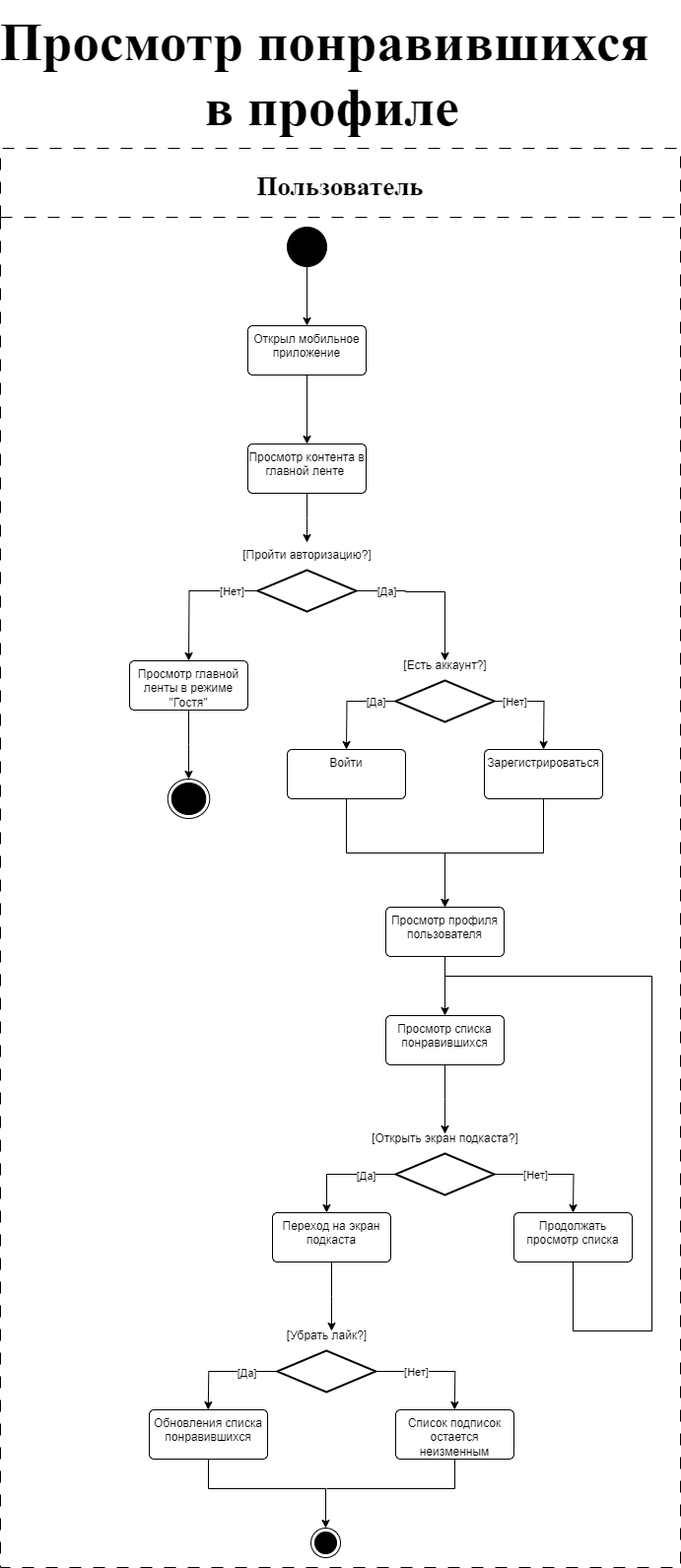
This is diagrams/activity-likes.png from SazonovAlexander/9.1-TikTalk, a draw.io export, as it was before one commit. Source tidied: cells renumbered, new cells last; positions are measured from the earlier drawing's top-left corner, leaving out a move shared by most shapes. Its diagram source:
```xml
<mxGraphModel>
  <root>
    <mxCell id="0" />
    <mxCell id="1" parent="0" />
    <mxCell id="2" style="edgeStyle=orthogonalEdgeStyle;rounded=0;jettySize=auto;html=1;entryX=0.5;entryY=0;entryDx=0;entryDy=0;" parent="1" edge="1" source="3" target="7">
      <mxGeometry relative="1" as="geometry" />
    </mxCell>
    <mxCell id="3" style="ellipse;fillColor=strokeColor;html=1;" parent="1" vertex="1">
      <mxGeometry x="291" y="230" width="40" height="40" as="geometry" />
    </mxCell>
    <mxCell id="4" style="edgeStyle=orthogonalEdgeStyle;rounded=0;jettySize=auto;html=1;" parent="1" edge="1" source="5">
      <mxGeometry relative="1" as="geometry">
        <mxPoint x="311" y="550" as="targetPoint" />
      </mxGeometry>
    </mxCell>
    <mxCell id="5" value="Просмотр контента в главной ленте&amp;nbsp;&lt;div&gt;&lt;br/&gt;&lt;/div&gt;" style="whiteSpace=wrap;html=1;verticalAlign=top;rounded=1;arcSize=10;dashed=0;" parent="1" vertex="1">
      <mxGeometry x="251" y="450" width="120" height="50" as="geometry" />
    </mxCell>
    <mxCell id="6" style="edgeStyle=orthogonalEdgeStyle;rounded=0;jettySize=auto;html=1;entryX=0.5;entryY=0;entryDx=0;entryDy=0;" parent="1" edge="1" source="7" target="5">
      <mxGeometry relative="1" as="geometry" />
    </mxCell>
    <mxCell id="7" value="Открыл мобильное приложение" style="whiteSpace=wrap;html=1;verticalAlign=top;rounded=1;arcSize=10;dashed=0;" parent="1" vertex="1">
      <mxGeometry x="251" y="330" width="120" height="50" as="geometry" />
    </mxCell>
    <mxCell id="8" value="[Пройти авторизацию?]" style="text;html=1;align=center;verticalAlign=middle;strokeColor=none;fillColor=none;" parent="1" vertex="1">
      <mxGeometry x="236" y="548" width="150" height="30" as="geometry" />
    </mxCell>
    <mxCell id="9" style="edgeStyle=orthogonalEdgeStyle;rounded=0;jettySize=auto;html=1;" parent="1" edge="1" source="13">
      <mxGeometry relative="1" as="geometry">
        <mxPoint x="451" y="670" as="targetPoint" />
        <Array as="points">
          <mxPoint x="411" y="599" />
          <mxPoint x="411" y="600" />
          <mxPoint x="451" y="600" />
        </Array>
      </mxGeometry>
    </mxCell>
    <mxCell id="10" value="[Да]" style="edgeLabel;html=1;align=center;verticalAlign=middle;" parent="9" vertex="1">
      <mxGeometry x="-0.26" relative="1" as="geometry">
        <mxPoint x="-29" y="-1" as="offset" />
      </mxGeometry>
    </mxCell>
    <mxCell id="11" style="edgeStyle=orthogonalEdgeStyle;rounded=0;jettySize=auto;html=1;" parent="1" edge="1" source="13">
      <mxGeometry relative="1" as="geometry">
        <mxPoint x="191" y="670" as="targetPoint" />
      </mxGeometry>
    </mxCell>
    <mxCell id="12" value="[Нет]" style="edgeLabel;html=1;align=center;verticalAlign=middle;" parent="11" vertex="1">
      <mxGeometry x="-0.61" relative="1" as="geometry" />
    </mxCell>
    <mxCell id="13" style="strokeWidth=2;html=1;shape=mxgraph.flowchart.decision;whiteSpace=wrap;" parent="1" vertex="1">
      <mxGeometry x="261" y="578" width="100" height="42" as="geometry" />
    </mxCell>
    <mxCell id="14" style="edgeStyle=orthogonalEdgeStyle;rounded=0;jettySize=auto;html=1;" parent="1" edge="1" source="15" target="26">
      <mxGeometry relative="1" as="geometry" />
    </mxCell>
    <mxCell id="15" value="Просмотр главной ленты в режиме &quot;Гостя&quot;" style="whiteSpace=wrap;html=1;verticalAlign=top;rounded=1;arcSize=10;dashed=0;" parent="1" vertex="1">
      <mxGeometry x="131" y="670" width="120" height="50" as="geometry" />
    </mxCell>
    <mxCell id="16" style="edgeStyle=orthogonalEdgeStyle;rounded=0;jettySize=auto;html=1;" parent="1" edge="1" source="20">
      <mxGeometry relative="1" as="geometry">
        <mxPoint x="351" y="760" as="targetPoint" />
      </mxGeometry>
    </mxCell>
    <mxCell id="17" value="[Да]" style="edgeLabel;html=1;align=center;verticalAlign=middle;" parent="16" vertex="1">
      <mxGeometry x="-0.58" relative="1" as="geometry" />
    </mxCell>
    <mxCell id="18" style="edgeStyle=orthogonalEdgeStyle;rounded=0;jettySize=auto;html=1;" parent="1" edge="1" source="20">
      <mxGeometry relative="1" as="geometry">
        <mxPoint x="551" y="760" as="targetPoint" />
      </mxGeometry>
    </mxCell>
    <mxCell id="19" value="[Нет]" style="edgeLabel;html=1;align=center;verticalAlign=middle;" parent="18" vertex="1">
      <mxGeometry x="-0.73" y="1" relative="1" as="geometry">
        <mxPoint x="6" y="1" as="offset" />
      </mxGeometry>
    </mxCell>
    <mxCell id="20" style="strokeWidth=2;html=1;shape=mxgraph.flowchart.decision;whiteSpace=wrap;" parent="1" vertex="1">
      <mxGeometry x="401" y="690" width="100" height="42" as="geometry" />
    </mxCell>
    <mxCell id="21" value="[Есть аккаунт?]" style="text;html=1;align=center;verticalAlign=middle;strokeColor=none;fillColor=none;" parent="1" vertex="1">
      <mxGeometry x="396" y="660" width="110" height="30" as="geometry" />
    </mxCell>
    <mxCell id="22" style="edgeStyle=orthogonalEdgeStyle;rounded=0;jettySize=auto;html=1;entryX=0.5;entryY=0;entryDx=0;entryDy=0;" parent="1" edge="1" source="23" target="28">
      <mxGeometry relative="1" as="geometry" />
    </mxCell>
    <mxCell id="23" value="Войти" style="whiteSpace=wrap;html=1;verticalAlign=top;rounded=1;arcSize=10;dashed=0;" parent="1" vertex="1">
      <mxGeometry x="291" y="760" width="120" height="50" as="geometry" />
    </mxCell>
    <mxCell id="24" style="edgeStyle=orthogonalEdgeStyle;rounded=0;jettySize=auto;html=1;entryX=0.5;entryY=0;entryDx=0;entryDy=0;" parent="1" edge="1" source="25" target="28">
      <mxGeometry relative="1" as="geometry" />
    </mxCell>
    <mxCell id="25" value="Зарегистрироваться" style="whiteSpace=wrap;html=1;verticalAlign=top;rounded=1;arcSize=10;dashed=0;" parent="1" vertex="1">
      <mxGeometry x="491" y="760" width="120" height="50" as="geometry" />
    </mxCell>
    <mxCell id="26" style="ellipse;html=1;shape=endState;fillColor=strokeColor;" parent="1" vertex="1">
      <mxGeometry x="169.8" y="790" width="42.5" height="40" as="geometry" />
    </mxCell>
    <mxCell id="27" style="edgeStyle=orthogonalEdgeStyle;rounded=0;jettySize=auto;html=1;entryX=0.5;entryY=0;entryDx=0;entryDy=0;" parent="1" edge="1" source="28" target="30">
      <mxGeometry relative="1" as="geometry" />
    </mxCell>
    <mxCell id="28" value="Просмотр профиля пользователя" style="whiteSpace=wrap;html=1;verticalAlign=top;rounded=1;arcSize=10;dashed=0;" parent="1" vertex="1">
      <mxGeometry x="391" y="920" width="120" height="50" as="geometry" />
    </mxCell>
    <mxCell id="29" style="edgeStyle=orthogonalEdgeStyle;rounded=0;jettySize=auto;html=1;" parent="1" edge="1" source="30">
      <mxGeometry relative="1" as="geometry">
        <mxPoint x="451" y="1150" as="targetPoint" />
      </mxGeometry>
    </mxCell>
    <mxCell id="30" value="Просмотр списка понравившихся" style="whiteSpace=wrap;html=1;verticalAlign=top;rounded=1;arcSize=10;dashed=0;" parent="1" vertex="1">
      <mxGeometry x="391" y="1030" width="120" height="50" as="geometry" />
    </mxCell>
    <mxCell id="31" style="edgeStyle=orthogonalEdgeStyle;rounded=0;jettySize=auto;html=1;entryX=0.458;entryY=0;entryDx=0;entryDy=0;entryPerimeter=0;" parent="1" edge="1" source="33" target="36">
      <mxGeometry relative="1" as="geometry" />
    </mxCell>
    <mxCell id="32" value="[Да]" style="edgeLabel;html=1;align=center;verticalAlign=middle;" parent="31" vertex="1">
      <mxGeometry x="-0.44" y="1" relative="1" as="geometry" />
    </mxCell>
    <mxCell id="33" style="strokeWidth=2;html=1;shape=mxgraph.flowchart.decision;whiteSpace=wrap;" parent="1" vertex="1">
      <mxGeometry x="401" y="1170" width="100" height="42" as="geometry" />
    </mxCell>
    <mxCell id="34" value="[Открыть экран подкаста?]" style="text;html=1;align=center;verticalAlign=middle;strokeColor=none;fillColor=none;" parent="1" vertex="1">
      <mxGeometry x="366" y="1140" width="170" height="30" as="geometry" />
    </mxCell>
    <mxCell id="35" style="edgeStyle=orthogonalEdgeStyle;rounded=0;jettySize=auto;html=1;entryX=0.5;entryY=0;entryDx=0;entryDy=0;" parent="1" edge="1" source="36">
      <mxGeometry relative="1" as="geometry">
        <mxPoint x="336" y="1350" as="targetPoint" />
      </mxGeometry>
    </mxCell>
    <mxCell id="36" value="Переход на экран&lt;br&gt;подкаста" style="whiteSpace=wrap;html=1;verticalAlign=top;rounded=1;arcSize=10;dashed=0;" parent="1" vertex="1">
      <mxGeometry x="276" y="1230" width="120" height="50" as="geometry" />
    </mxCell>
    <mxCell id="37" value="Пользователь" style="swimlane;startSize=70;fontFamily=Times New Roman;fontSize=27;dashed=1;dashPattern=12 12;" parent="1" vertex="1">
      <mxGeometry y="150" width="690" height="1440" as="geometry" />
    </mxCell>
    <mxCell id="38" style="edgeStyle=orthogonalEdgeStyle;rounded=0;jettySize=auto;html=1;endArrow=none;endFill=0;" parent="37" edge="1" source="39">
      <mxGeometry relative="1" as="geometry">
        <mxPoint x="451" y="840" as="targetPoint" />
        <Array as="points">
          <mxPoint x="581" y="1200" />
          <mxPoint x="661" y="1200" />
        </Array>
      </mxGeometry>
    </mxCell>
    <mxCell id="39" value="Продолжать просмотр списка" style="whiteSpace=wrap;html=1;verticalAlign=top;rounded=1;arcSize=10;dashed=0;" parent="37" vertex="1">
      <mxGeometry x="521" y="1080" width="120" height="50" as="geometry" />
    </mxCell>
    <mxCell id="40" style="edgeStyle=orthogonalEdgeStyle;rounded=0;jettySize=auto;html=1;" parent="37" edge="1" source="33">
      <mxGeometry relative="1" as="geometry">
        <mxPoint x="581" y="1080" as="targetPoint" />
      </mxGeometry>
    </mxCell>
    <mxCell id="41" value="[Нет]" style="edgeLabel;html=1;align=center;verticalAlign=middle;" parent="40" vertex="1">
      <mxGeometry x="-0.05" relative="1" as="geometry">
        <mxPoint x="-16" as="offset" />
      </mxGeometry>
    </mxCell>
    <mxCell id="42" style="edgeStyle=orthogonalEdgeStyle;rounded=0;jettySize=auto;html=1;entryX=0.458;entryY=0;entryDx=0;entryDy=0;entryPerimeter=0;" parent="37" edge="1" source="44">
      <mxGeometry relative="1" as="geometry">
        <mxPoint x="210.8" y="1280" as="targetPoint" />
      </mxGeometry>
    </mxCell>
    <mxCell id="43" value="[Да]" style="edgeLabel;html=1;align=center;verticalAlign=middle;" parent="42" vertex="1">
      <mxGeometry x="-0.44" y="1" relative="1" as="geometry" />
    </mxCell>
    <mxCell id="44" style="strokeWidth=2;html=1;shape=mxgraph.flowchart.decision;whiteSpace=wrap;" parent="37" vertex="1">
      <mxGeometry x="280.8" y="1220" width="100" height="42" as="geometry" />
    </mxCell>
    <mxCell id="45" value="[Убрать лайк?]" style="text;html=1;align=center;verticalAlign=middle;strokeColor=none;fillColor=none;" parent="37" vertex="1">
      <mxGeometry x="280.8" y="1190" width="100" height="30" as="geometry" />
    </mxCell>
    <mxCell id="46" style="edgeStyle=orthogonalEdgeStyle;rounded=0;jettySize=auto;html=1;" parent="37" edge="1" source="44">
      <mxGeometry relative="1" as="geometry">
        <mxPoint x="460.8" y="1280" as="targetPoint" />
      </mxGeometry>
    </mxCell>
    <mxCell id="47" value="[Нет]" style="edgeLabel;html=1;align=center;verticalAlign=middle;" parent="46" vertex="1">
      <mxGeometry x="-0.05" relative="1" as="geometry">
        <mxPoint x="-16" as="offset" />
      </mxGeometry>
    </mxCell>
    <mxCell id="48" value="Обновления списка понравившихся" style="whiteSpace=wrap;html=1;verticalAlign=top;rounded=1;arcSize=10;dashed=0;" parent="37" vertex="1">
      <mxGeometry x="151" y="1280" width="120" height="50" as="geometry" />
    </mxCell>
    <mxCell id="49" style="edgeStyle=orthogonalEdgeStyle;rounded=0;jettySize=auto;html=1;endArrow=none;endFill=0;" parent="37" edge="1" source="50">
      <mxGeometry relative="1" as="geometry">
        <mxPoint x="331" y="1360" as="targetPoint" />
        <Array as="points">
          <mxPoint x="461" y="1360" />
        </Array>
      </mxGeometry>
    </mxCell>
    <mxCell id="50" value="Список подписок остается неизменным" style="whiteSpace=wrap;html=1;verticalAlign=top;rounded=1;arcSize=10;dashed=0;" parent="37" vertex="1">
      <mxGeometry x="401" y="1280" width="120" height="50" as="geometry" />
    </mxCell>
    <mxCell id="51" style="ellipse;html=1;shape=endState;fillColor=strokeColor;" parent="37" vertex="1">
      <mxGeometry x="315" y="1400" width="30" height="30" as="geometry" />
    </mxCell>
    <mxCell id="52" style="edgeStyle=orthogonalEdgeStyle;rounded=0;jettySize=auto;html=1;" parent="37" edge="1" source="48" target="51">
      <mxGeometry relative="1" as="geometry">
        <Array as="points">
          <mxPoint x="211" y="1360" />
          <mxPoint x="330" y="1360" />
        </Array>
      </mxGeometry>
    </mxCell>
    <mxCell id="53" value="Просмотр понравившихся&amp;nbsp;&lt;br&gt;в профиле" style="text;html=1;align=center;verticalAlign=middle;strokeColor=none;fillColor=none;fontFamily=Times New Roman;fontSize=55;fontStyle=1;" parent="1" vertex="1">
      <mxGeometry x="11" width="650" height="150" as="geometry" />
    </mxCell>
  </root>
</mxGraphModel>
```
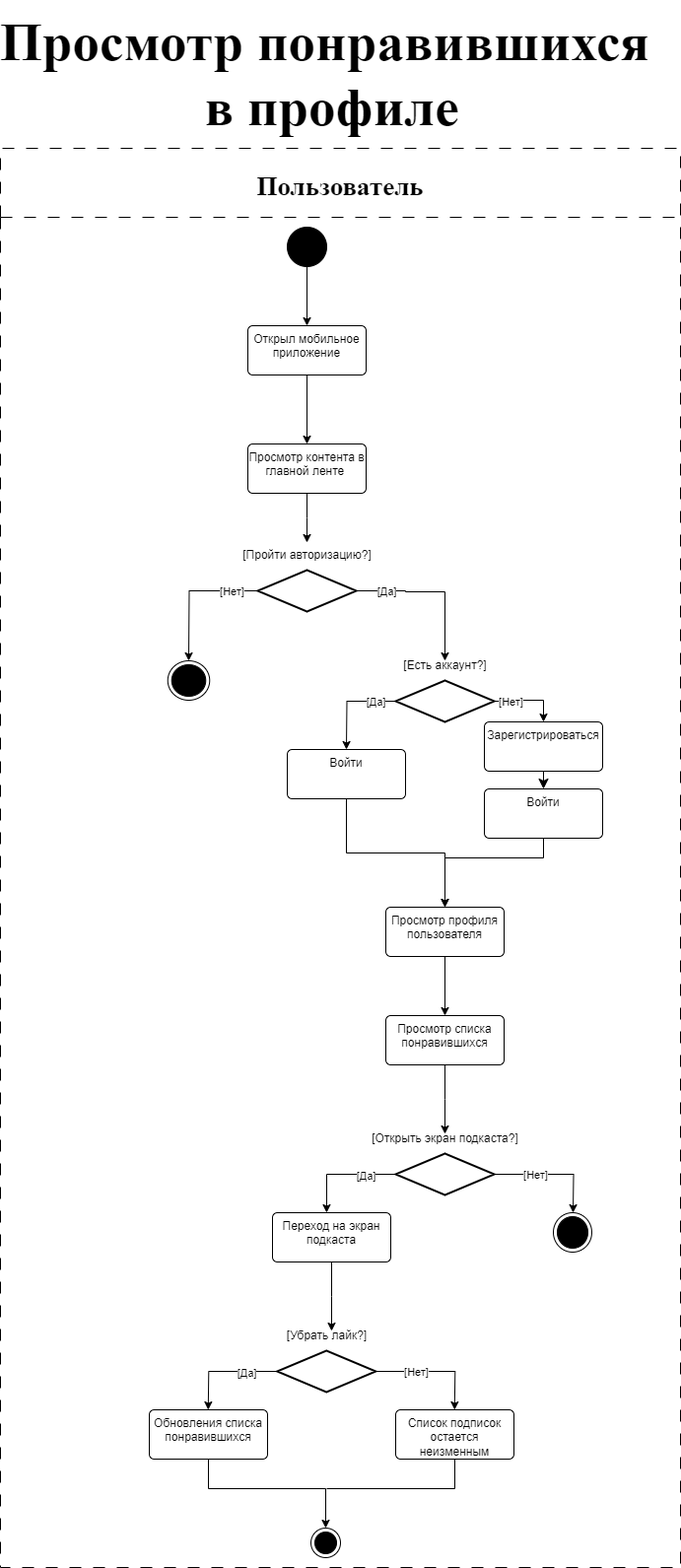
Above is the later version.

What changed in the source:
```diff
@@ -51,12 +51,6 @@
     <mxCell id="13" style="strokeWidth=2;html=1;shape=mxgraph.flowchart.decision;whiteSpace=wrap;" parent="1" vertex="1">
       <mxGeometry x="261" y="578" width="100" height="42" as="geometry" />
     </mxCell>
-    <mxCell id="14" style="edgeStyle=orthogonalEdgeStyle;rounded=0;jettySize=auto;html=1;" parent="1" edge="1" source="15" target="26">
-      <mxGeometry relative="1" as="geometry" />
-    </mxCell>
-    <mxCell id="15" value="Просмотр главной ленты в режиме &quot;Гостя&quot;" style="whiteSpace=wrap;html=1;verticalAlign=top;rounded=1;arcSize=10;dashed=0;" parent="1" vertex="1">
-      <mxGeometry x="131" y="670" width="120" height="50" as="geometry" />
-    </mxCell>
     <mxCell id="16" style="edgeStyle=orthogonalEdgeStyle;rounded=0;jettySize=auto;html=1;" parent="1" edge="1" source="20">
       <mxGeometry relative="1" as="geometry">
         <mxPoint x="351" y="760" as="targetPoint" />
@@ -65,9 +59,13 @@
     <mxCell id="17" value="[Да]" style="edgeLabel;html=1;align=center;verticalAlign=middle;" parent="16" vertex="1">
       <mxGeometry x="-0.58" relative="1" as="geometry" />
     </mxCell>
-    <mxCell id="18" style="edgeStyle=orthogonalEdgeStyle;rounded=0;jettySize=auto;html=1;" parent="1" edge="1" source="20">
+    <mxCell id="18" style="edgeStyle=orthogonalEdgeStyle;rounded=0;jettySize=auto;html=1;entryX=0.5;entryY=0;entryDx=0;entryDy=0;entryPerimeter=0;" parent="1" edge="1" source="20" target="25">
       <mxGeometry relative="1" as="geometry">
-        <mxPoint x="551" y="760" as="targetPoint" />
+        <Array as="points">
+          <mxPoint x="521" y="711" />
+          <mxPoint x="521" y="710" />
+          <mxPoint x="551" y="710" />
+        </Array>
       </mxGeometry>
     </mxCell>
     <mxCell id="19" value="[Нет]" style="edgeLabel;html=1;align=center;verticalAlign=middle;" parent="18" vertex="1">
@@ -87,15 +85,14 @@
     <mxCell id="23" value="Войти" style="whiteSpace=wrap;html=1;verticalAlign=top;rounded=1;arcSize=10;dashed=0;" parent="1" vertex="1">
       <mxGeometry x="291" y="760" width="120" height="50" as="geometry" />
     </mxCell>
-    <mxCell id="24" style="edgeStyle=orthogonalEdgeStyle;rounded=0;jettySize=auto;html=1;entryX=0.5;entryY=0;entryDx=0;entryDy=0;" parent="1" edge="1" source="25" target="28">
-      <mxGeometry relative="1" as="geometry" />
+    <mxCell id="24" style="edgeStyle=orthogonalEdgeStyle;rounded=0;jettySize=auto;html=1;entryX=0.5;entryY=0;entryDx=0;entryDy=0;exitX=0.5;exitY=1;exitDx=0;exitDy=0;" parent="1" edge="1" source="56" target="28">
+      <mxGeometry relative="1" as="geometry">
+        <Array as="points">
+          <mxPoint x="551" y="870" />
+          <mxPoint x="451" y="870" />
+        </Array>
+      </mxGeometry>
     </mxCell>
-    <mxCell id="25" value="Зарегистрироваться" style="whiteSpace=wrap;html=1;verticalAlign=top;rounded=1;arcSize=10;dashed=0;" parent="1" vertex="1">
-      <mxGeometry x="491" y="760" width="120" height="50" as="geometry" />
-    </mxCell>
-    <mxCell id="26" style="ellipse;html=1;shape=endState;fillColor=strokeColor;" parent="1" vertex="1">
-      <mxGeometry x="169.8" y="790" width="42.5" height="40" as="geometry" />
-    </mxCell>
     <mxCell id="27" style="edgeStyle=orthogonalEdgeStyle;rounded=0;jettySize=auto;html=1;entryX=0.5;entryY=0;entryDx=0;entryDy=0;" parent="1" edge="1" source="28" target="30">
       <mxGeometry relative="1" as="geometry" />
     </mxCell>
@@ -133,18 +130,6 @@
     <mxCell id="37" value="Пользователь" style="swimlane;startSize=70;fontFamily=Times New Roman;fontSize=27;dashed=1;dashPattern=12 12;" parent="1" vertex="1">
       <mxGeometry y="150" width="690" height="1440" as="geometry" />
     </mxCell>
-    <mxCell id="38" style="edgeStyle=orthogonalEdgeStyle;rounded=0;jettySize=auto;html=1;endArrow=none;endFill=0;" parent="37" edge="1" source="39">
-      <mxGeometry relative="1" as="geometry">
-        <mxPoint x="451" y="840" as="targetPoint" />
-        <Array as="points">
-          <mxPoint x="581" y="1200" />
-          <mxPoint x="661" y="1200" />
-        </Array>
-      </mxGeometry>
-    </mxCell>
-    <mxCell id="39" value="Продолжать просмотр списка" style="whiteSpace=wrap;html=1;verticalAlign=top;rounded=1;arcSize=10;dashed=0;" parent="37" vertex="1">
-      <mxGeometry x="521" y="1080" width="120" height="50" as="geometry" />
-    </mxCell>
     <mxCell id="40" style="edgeStyle=orthogonalEdgeStyle;rounded=0;jettySize=auto;html=1;" parent="37" edge="1" source="33">
       <mxGeometry relative="1" as="geometry">
         <mxPoint x="581" y="1080" as="targetPoint" />
@@ -204,6 +189,21 @@
         </Array>
       </mxGeometry>
     </mxCell>
+    <mxCell id="54" style="ellipse;html=1;shape=endState;fillColor=strokeColor;" parent="37" vertex="1">
+      <mxGeometry x="561" y="1080" width="39" height="40" as="geometry" />
+    </mxCell>
+    <mxCell id="26" style="ellipse;html=1;shape=endState;fillColor=strokeColor;" parent="37" vertex="1">
+      <mxGeometry x="169.8" y="520" width="42.5" height="40" as="geometry" />
+    </mxCell>
+    <mxCell id="55" style="edgeStyle=none;curved=1;rounded=0;jettySize=auto;html=1;entryX=0.5;entryY=0;entryDx=0;entryDy=0;fontSize=12;startSize=8;endSize=8;" parent="37" edge="1" source="25" target="56">
+      <mxGeometry relative="1" as="geometry" />
+    </mxCell>
+    <mxCell id="25" value="Зарегистрироваться" style="whiteSpace=wrap;html=1;verticalAlign=top;rounded=1;arcSize=10;dashed=0;" parent="37" vertex="1">
+      <mxGeometry x="491" y="582" width="120" height="50" as="geometry" />
+    </mxCell>
+    <mxCell id="56" value="Войти" style="whiteSpace=wrap;html=1;verticalAlign=top;rounded=1;arcSize=10;dashed=0;" parent="37" vertex="1">
+      <mxGeometry x="491" y="650" width="120" height="50" as="geometry" />
+    </mxCell>
     <mxCell id="53" value="Просмотр понравившихся&amp;nbsp;&lt;br&gt;в профиле" style="text;html=1;align=center;verticalAlign=middle;strokeColor=none;fillColor=none;fontFamily=Times New Roman;fontSize=55;fontStyle=1;" parent="1" vertex="1">
       <mxGeometry x="11" width="650" height="150" as="geometry" />
     </mxCell>
```
